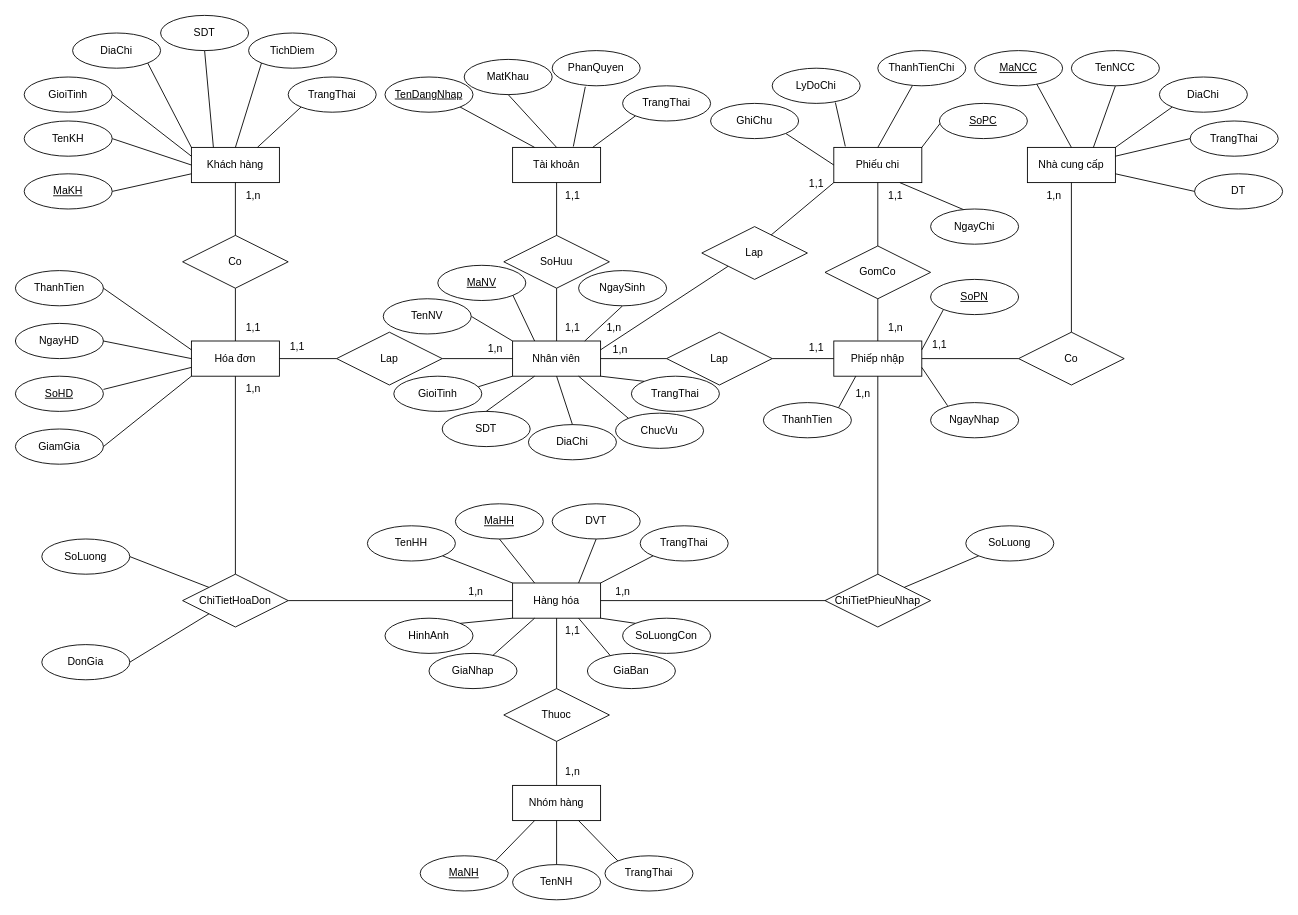
hungtadasuke/Enterprise-Information-System-Project keeps this draw.io diagram as page "ERD" (2 of 13) of Khoa/ERD.drawio. Above is the earlier version. Source tidied: cells renumbered, new cells numbered last; positions are measured from the earlier drawing's top-left corner, leaving out a move shared by most shapes. Both pictures are drawn from the tidied source at 88%, with x=0, y=0 at pixel (15, 15).
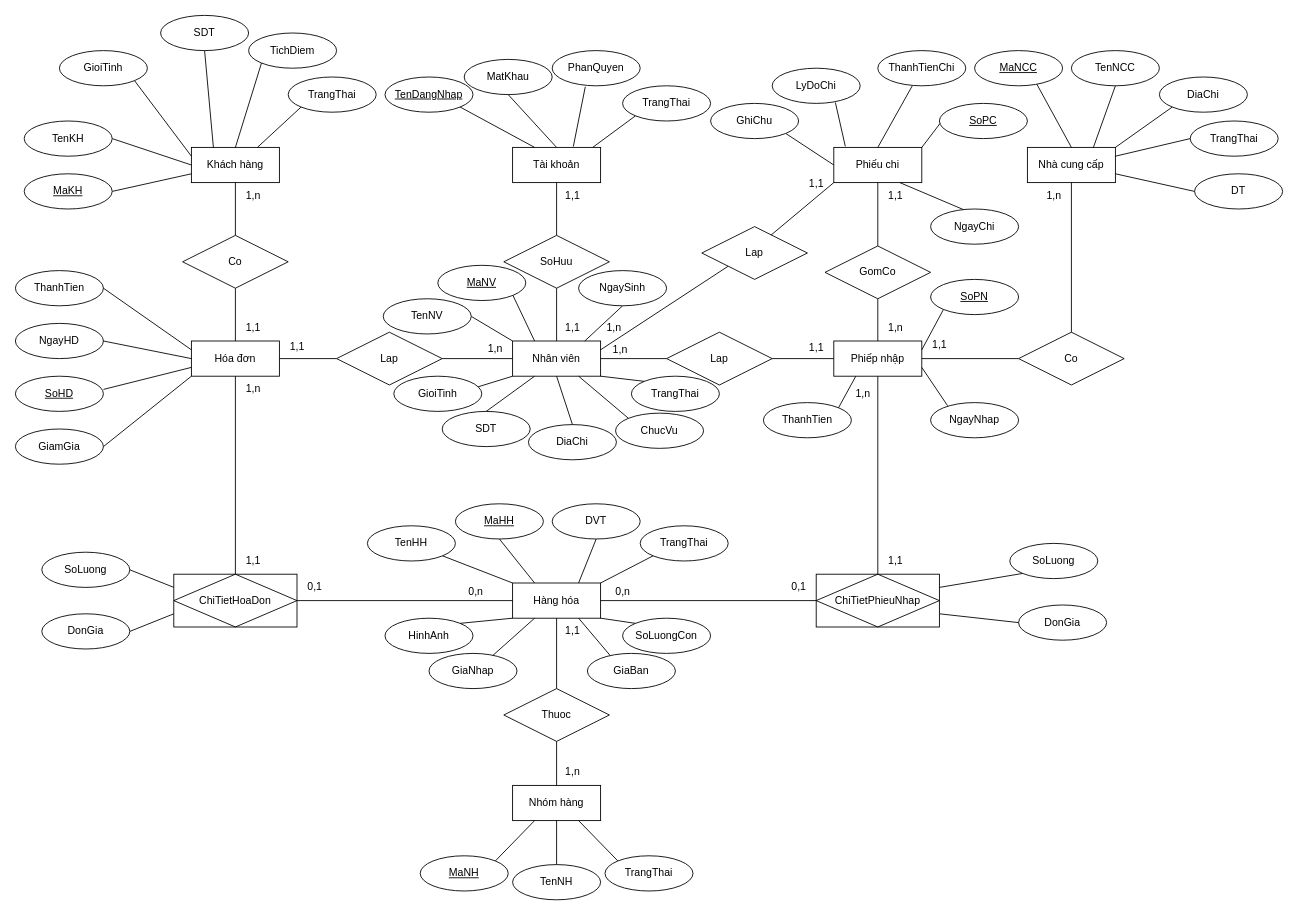
The same diagram, later.

Unchanged cells that the change refers to:
```xml
<mxCell id="2" value="Khách hàng" style="whiteSpace=wrap;html=1;align=center;" parent="1" vertex="1">
  <mxGeometry x="200" y="150" width="100" height="40" as="geometry" />
</mxCell>
```

The edit, as a diff of the source:
```diff
@@
     <mxCell id="23" value="GioiTinh" style="ellipse;whiteSpace=wrap;html=1;align=center;" parent="1" vertex="1">
-      <mxGeometry x="10" y="70" width="100" height="40" as="geometry" />
+      <mxGeometry x="50" y="40" width="100" height="40" as="geometry" />
     </mxCell>
-    <mxCell id="24" value="DiaChi" style="ellipse;whiteSpace=wrap;html=1;align=center;" parent="1" vertex="1">
-      <mxGeometry x="65" y="20" width="100" height="40" as="geometry" />
-    </mxCell>
@@
-    <mxCell id="28" style="jettySize=auto;html=1;exitX=1;exitY=1;exitDx=0;exitDy=0;entryX=0;entryY=0;entryDx=0;entryDy=0;endArrow=none;endFill=0;rounded=0;" parent="1" edge="1" source="24" target="2">
-      <mxGeometry relative="1" as="geometry" />
-    </mxCell>
-    <mxCell id="29" style="jettySize=auto;html=1;exitX=1;exitY=0.5;exitDx=0;exitDy=0;entryX=0;entryY=0.25;entryDx=0;entryDy=0;endArrow=none;endFill=0;" parent="1" edge="1" source="23" target="2">
+    <mxCell id="29" style="jettySize=auto;html=1;exitX=1;exitY=1;exitDx=0;exitDy=0;entryX=0;entryY=0.25;entryDx=0;entryDy=0;endArrow=none;endFill=0;" parent="1" edge="1" source="23" target="2">
       <mxGeometry relative="1" as="geometry" />
     </mxCell>
@@
-    <mxCell id="40" style="jettySize=auto;html=1;entryX=1;entryY=0.5;entryDx=0;entryDy=0;endArrow=none;endFill=0;exitX=0;exitY=0;exitDx=0;exitDy=0;" parent="1" edge="1" source="112" target="42">
+    <mxCell id="40" style="jettySize=auto;html=1;entryX=1;entryY=0.5;entryDx=0;entryDy=0;endArrow=none;endFill=0;exitX=0;exitY=0.25;exitDx=0;exitDy=0;" parent="1" edge="1" source="112" target="42">
       <mxGeometry relative="1" as="geometry" />
     </mxCell>
-    <mxCell id="41" style="jettySize=auto;html=1;exitX=0;exitY=1;exitDx=0;exitDy=0;entryX=1;entryY=0.5;entryDx=0;entryDy=0;endArrow=none;endFill=0;" parent="1" edge="1" source="112" target="43">
+    <mxCell id="41" style="jettySize=auto;html=1;exitX=0;exitY=0.75;exitDx=0;exitDy=0;entryX=1;entryY=0.5;entryDx=0;entryDy=0;endArrow=none;endFill=0;" parent="1" edge="1" source="112" target="43">
       <mxGeometry relative="1" as="geometry" />
     </mxCell>
     <mxCell id="42" value="SoLuong" style="ellipse;whiteSpace=wrap;html=1;align=center;" parent="1" vertex="1">
-      <mxGeometry x="30" y="595" width="100" height="40" as="geometry" />
+      <mxGeometry x="30" y="610" width="100" height="40" as="geometry" />
     </mxCell>
     <mxCell id="43" value="DonGia" style="ellipse;whiteSpace=wrap;html=1;align=center;fontStyle=0;" parent="1" vertex="1">
-      <mxGeometry x="30" y="715" width="100" height="40" as="geometry" />
+      <mxGeometry x="30" y="680" width="100" height="40" as="geometry" />
     </mxCell>
@@
     <mxCell id="92" value="SoLuong" style="ellipse;whiteSpace=wrap;html=1;align=center;" parent="1" vertex="1">
-      <mxGeometry x="1080" y="580" width="100" height="40" as="geometry" />
+      <mxGeometry x="1130" y="600" width="100" height="40" as="geometry" />
     </mxCell>
@@
-    <mxCell id="110" value="ChiTietPhieuNhap" style="shape=rhombus;perimeter=rhombusPerimeter;whiteSpace=wrap;html=1;align=center;" parent="1" vertex="1">
-      <mxGeometry x="920" y="635" width="120" height="60" as="geometry" />
-    </mxCell>
@@
-    <mxCell id="112" value="ChiTietHoaDon" style="shape=rhombus;perimeter=rhombusPerimeter;whiteSpace=wrap;html=1;align=center;" parent="1" vertex="1">
-      <mxGeometry x="190" y="635" width="120" height="60" as="geometry" />
-    </mxCell>
@@
-    <mxCell id="119" style="jettySize=auto;html=1;exitX=1;exitY=0;exitDx=0;exitDy=0;entryX=0;entryY=1;entryDx=0;entryDy=0;endArrow=none;endFill=0;" parent="1" edge="1" source="110" target="92">
+    <mxCell id="119" style="jettySize=auto;html=1;exitX=1;exitY=0.25;exitDx=0;exitDy=0;entryX=0;entryY=1;entryDx=0;entryDy=0;endArrow=none;endFill=0;" parent="1" edge="1" source="110" target="92">
       <mxGeometry relative="1" as="geometry" />
     </mxCell>
@@
-    <mxCell id="142" value="1,n" style="text;html=1;align=center;verticalAlign=middle;strokeColor=none;fillColor=none;" parent="1" vertex="1">
+    <mxCell id="142" value="0,n" style="text;html=1;align=center;verticalAlign=middle;strokeColor=none;fillColor=none;" parent="1" vertex="1">
       <mxGeometry x="503" y="640" width="40" height="30" as="geometry" />
     </mxCell>
-    <mxCell id="143" value="1,n" style="text;html=1;align=center;verticalAlign=middle;strokeColor=none;fillColor=none;" parent="1" vertex="1">
+    <mxCell id="143" value="0,n" style="text;html=1;align=center;verticalAlign=middle;strokeColor=none;fillColor=none;" parent="1" vertex="1">
       <mxGeometry x="670" y="640" width="40" height="30" as="geometry" />
     </mxCell>
@@
+    <mxCell id="161" value="DonGia" style="ellipse;whiteSpace=wrap;html=1;align=center;" parent="1" vertex="1">
+      <mxGeometry x="1140" y="670" width="100" height="40" as="geometry" />
+    </mxCell>
+    <mxCell id="162" style="jettySize=auto;html=1;exitX=1;exitY=0.75;exitDx=0;exitDy=0;entryX=0;entryY=0.5;entryDx=0;entryDy=0;endArrow=none;endFill=0;" parent="1" edge="1" source="110" target="161">
+      <mxGeometry relative="1" as="geometry" />
+    </mxCell>
+    <mxCell id="112" value="ChiTietHoaDon" style="shape=associativeEntity;whiteSpace=wrap;html=1;align=center;" parent="1" vertex="1">
+      <mxGeometry x="180" y="635" width="140" height="60" as="geometry" />
+    </mxCell>
+    <mxCell id="110" value="ChiTietPhieuNhap" style="shape=associativeEntity;whiteSpace=wrap;html=1;align=center;" parent="1" vertex="1">
+      <mxGeometry x="910" y="635" width="140" height="60" as="geometry" />
+    </mxCell>
+    <mxCell id="163" value="1,1" style="text;html=1;align=center;verticalAlign=middle;strokeColor=none;fillColor=none;" parent="1" vertex="1">
+      <mxGeometry x="250" y="605" width="40" height="30" as="geometry" />
+    </mxCell>
+    <mxCell id="164" value="0,1" style="text;html=1;align=center;verticalAlign=middle;strokeColor=none;fillColor=none;" parent="1" vertex="1">
+      <mxGeometry x="320" y="635" width="40" height="30" as="geometry" />
+    </mxCell>
+    <mxCell id="165" value="0,1" style="text;html=1;align=center;verticalAlign=middle;strokeColor=none;fillColor=none;" parent="1" vertex="1">
+      <mxGeometry x="870" y="635" width="40" height="30" as="geometry" />
+    </mxCell>
+    <mxCell id="166" value="1,1" style="text;html=1;align=center;verticalAlign=middle;strokeColor=none;fillColor=none;" parent="1" vertex="1">
+      <mxGeometry x="980" y="605" width="40" height="30" as="geometry" />
+    </mxCell>
```
